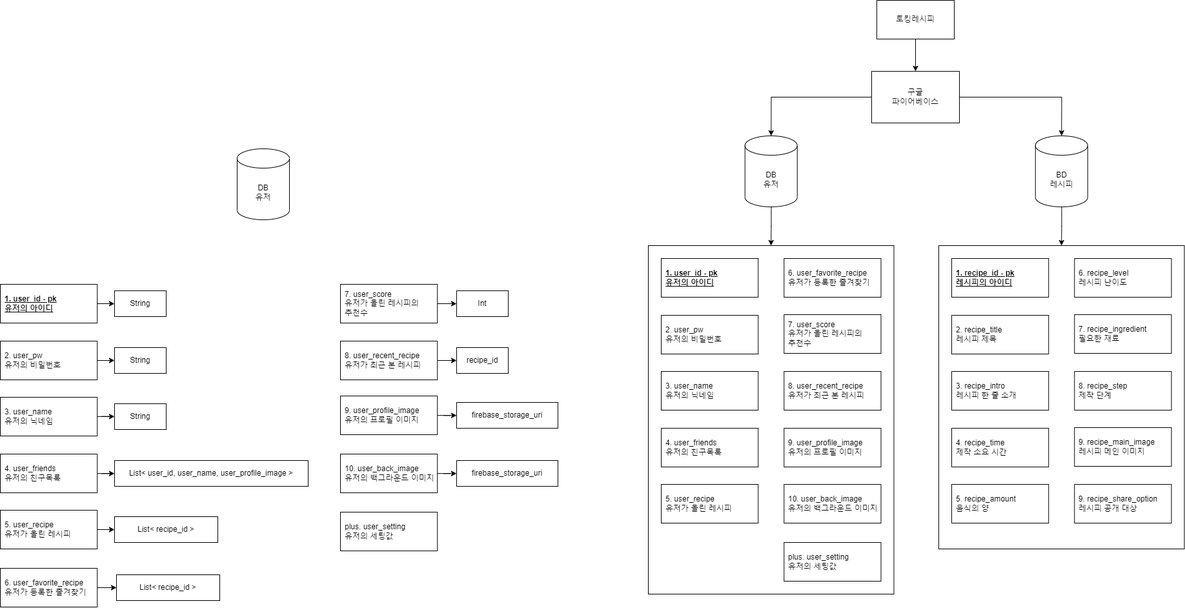
Before: 데이터베이스 구조.png, a diagram exported from draw.io (Jiy-park/KNU-Capstone_Recipe). Source tidied: cells renumbered, new cells last; positions are measured from the earlier drawing's top-left corner, leaving out a move shared by most shapes.
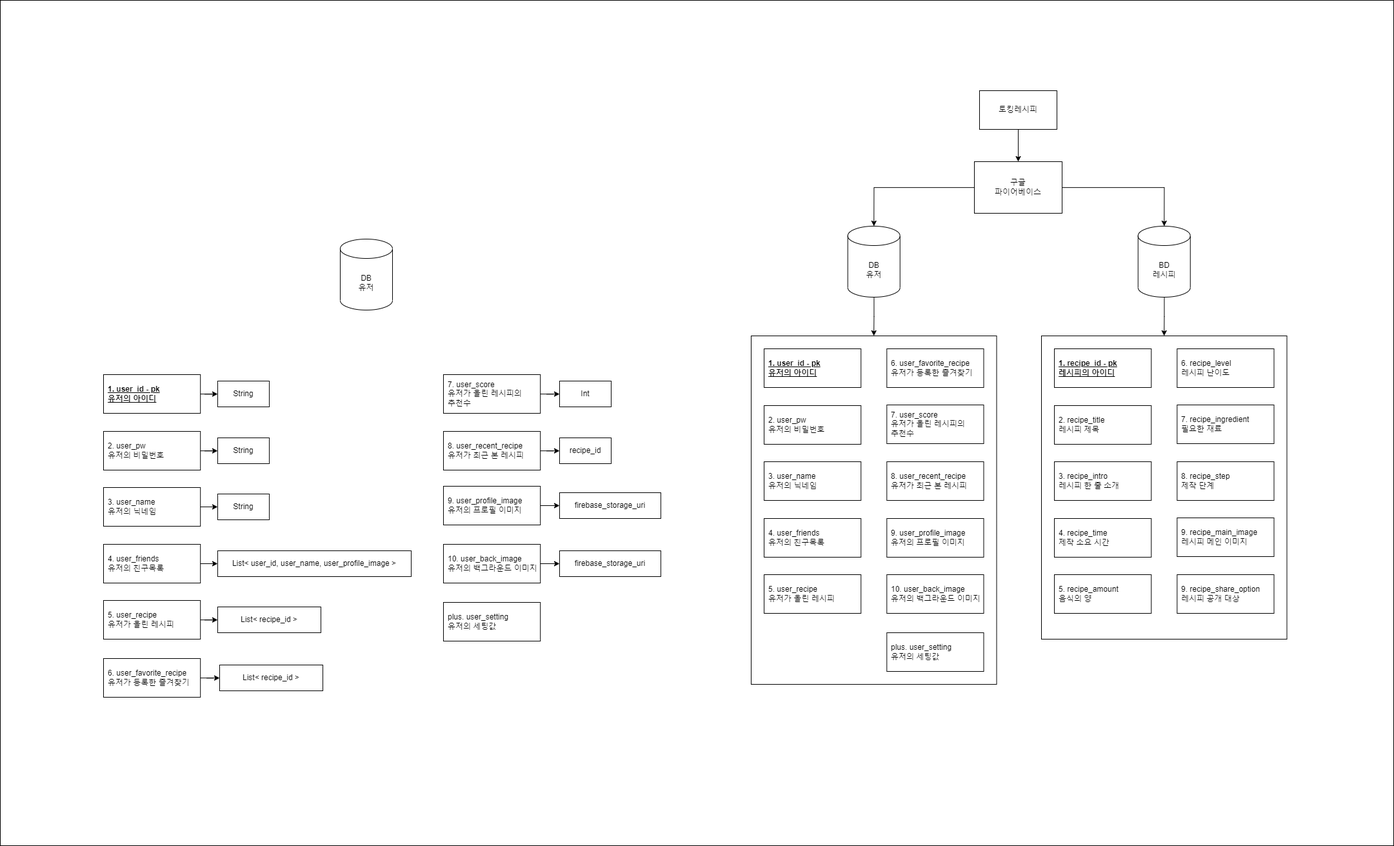
Later version of the same file.

Commit message:
데이터베이스 구조.png 업데이트

What changed in the source:
```diff
@@ -2,6 +2,9 @@
   <root>
     <mxCell id="0" />
     <mxCell id="1" parent="0" />
+    <mxCell id="70" style="rounded=0;whiteSpace=wrap;html=1;" parent="1" vertex="1">
+      <mxGeometry x="-160" y="-140" width="2160" height="1310" as="geometry" />
+    </mxCell>
     <mxCell id="2" style="group;" parent="1" vertex="1">
       <mxGeometry y="230" width="863.9" height="710" as="geometry" />
     </mxCell>
```
